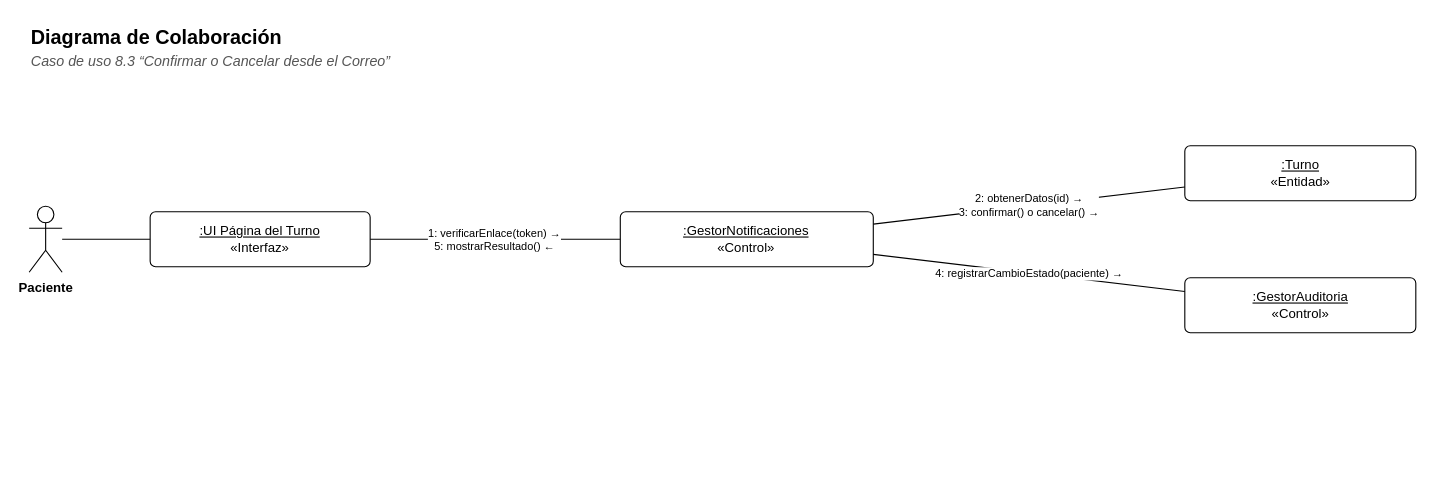
The draw.io diagram docs/diagramas/colaboracion-8-3.drawio in Matiglorioso/kineturnos, before the edit. Source tidied: cells renumbered, new cells numbered last; positions are measured from the earlier drawing's top-left corner, leaving out a move shared by most shapes. Both pictures are drawn from the tidied source at 110%, with x=0, y=0 at pixel (29, 19).
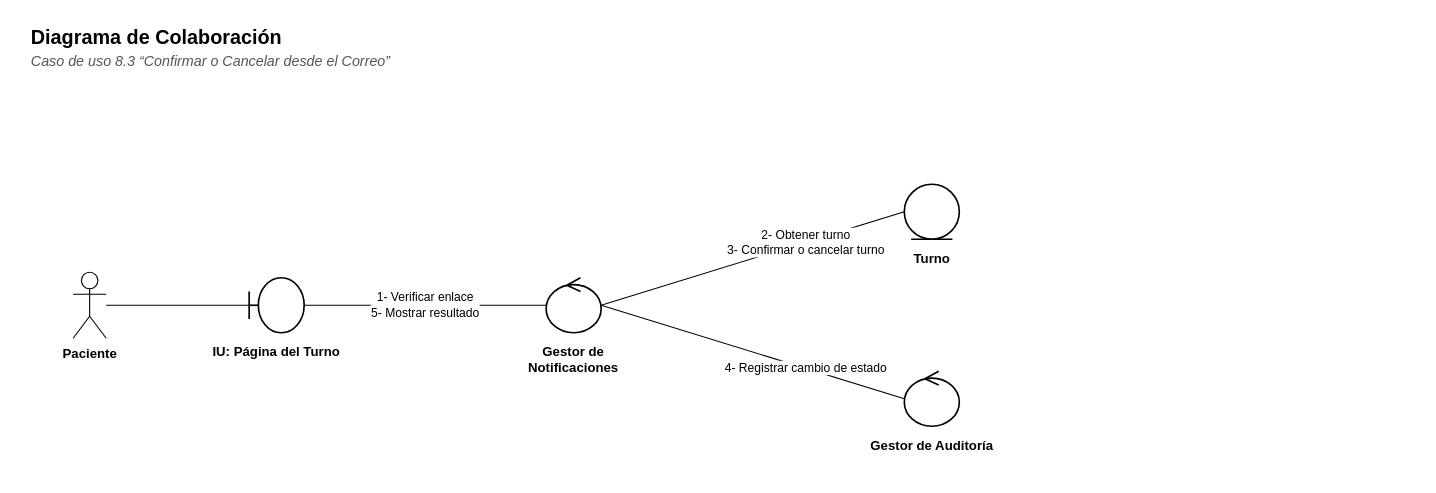
The same page after the edit.

What changed in the source:
```diff
@@
 <mxGraphModel background="#FFFFFF">
   <root>
     <mxCell id="0" />
     <mxCell id="1" parent="0" />
     <mxCell id="2" value="&lt;b&gt;Diagrama de Colaboración&lt;/b&gt;" style="text;html=1;strokeColor=none;fillColor=none;align=left;verticalAlign=top;whiteSpace=wrap;fontFamily=Helvetica;fontSize=18;" parent="1" vertex="1">
       <mxGeometry width="900" height="26" as="geometry" />
     </mxCell>
     <mxCell id="3" value="&lt;i&gt;Caso de uso 8.3 “Confirmar o Cancelar desde el Correo”&lt;/i&gt;" style="text;html=1;strokeColor=none;fillColor=none;align=left;verticalAlign=top;whiteSpace=wrap;fontFamily=Helvetica;fontSize=13;fontColor=#555555;" parent="1" vertex="1">
       <mxGeometry y="24" width="900" height="20" as="geometry" />
     </mxCell>
     <mxCell id="4" value="Paciente" style="shape=umlActor;verticalLabelPosition=bottom;verticalAlign=top;html=1;outlineConnect=0;fillColor=#FFFFFF;strokeColor=#000000;fontFamily=Helvetica;fontSize=12;fontStyle=1;" parent="1" vertex="1">
-      <mxGeometry y="170" width="30" height="60" as="geometry" />
+      <mxGeometry x="40" y="230" width="30" height="60" as="geometry" />
     </mxCell>
-    <mxCell id="5" value="&lt;u&gt;:UI Página del Turno&lt;/u&gt;&lt;br&gt;«Interfaz»" style="rounded=0;whiteSpace=wrap;html=1;fillColor=#FFFFFF;strokeColor=#000000;fontFamily=Helvetica;fontSize=12;rounded=1;arcSize=10;" parent="1" vertex="1">
-      <mxGeometry x="110" y="175" width="200" height="50" as="geometry" />
+    <mxCell id="5" style="shape=umlBoundary;html=1;fillColor=#FFFFFF;strokeColor=#000000;strokeWidth=1.5;" parent="1" vertex="1">
+      <mxGeometry x="200" y="235" width="50" height="50" as="geometry" />
     </mxCell>
-    <mxCell id="6" value="&lt;u&gt;:GestorNotificaciones&lt;/u&gt;&lt;br&gt;«Control»" style="rounded=0;whiteSpace=wrap;html=1;fillColor=#FFFFFF;strokeColor=#000000;fontFamily=Helvetica;fontSize=12;rounded=1;arcSize=10;" parent="1" vertex="1">
-      <mxGeometry x="537.4" y="175" width="230" height="50" as="geometry" />
+    <mxCell id="6" value="&lt;b&gt;IU: Página del Turno&lt;/b&gt;" style="text;html=1;strokeColor=none;fillColor=none;align=left;verticalAlign=top;whiteSpace=wrap;fontFamily=Helvetica;align=center;fontSize=12;" parent="1" vertex="1">
+      <mxGeometry x="160" y="289" width="130" height="40" as="geometry" />
     </mxCell>
-    <mxCell id="7" value="&lt;u&gt;:Turno&lt;/u&gt;&lt;br&gt;«Entidad»" style="rounded=0;whiteSpace=wrap;html=1;fillColor=#FFFFFF;strokeColor=#000000;fontFamily=Helvetica;fontSize=12;rounded=1;arcSize=10;" parent="1" vertex="1">
-      <mxGeometry x="1050.6" y="115" width="210" height="50" as="geometry" />
+    <mxCell id="7" style="shape=umlControl;html=1;fillColor=#FFFFFF;strokeColor=#000000;strokeWidth=1.5;" parent="1" vertex="1">
+      <mxGeometry x="470" y="235" width="50" height="50" as="geometry" />
     </mxCell>
-    <mxCell id="8" value="&lt;u&gt;:GestorAuditoria&lt;/u&gt;&lt;br&gt;«Control»" style="rounded=0;whiteSpace=wrap;html=1;fillColor=#FFFFFF;strokeColor=#000000;fontFamily=Helvetica;fontSize=12;rounded=1;arcSize=10;" parent="1" vertex="1">
-      <mxGeometry x="1050.6" y="235" width="210" height="50" as="geometry" />
+    <mxCell id="8" value="&lt;b&gt;Gestor de Notificaciones&lt;/b&gt;" style="text;html=1;strokeColor=none;fillColor=none;align=left;verticalAlign=top;whiteSpace=wrap;fontFamily=Helvetica;align=center;fontSize=12;" parent="1" vertex="1">
+      <mxGeometry x="430" y="289" width="130" height="40" as="geometry" />
     </mxCell>
-    <mxCell id="9" style="edgeStyle=none;html=1;endArrow=none;endFill=0;strokeColor=#000000;fontFamily=Helvetica;fontSize=11;labelBackgroundColor=#FFFFFF;" parent="1" edge="1" source="4" target="5">
-      <mxGeometry relative="1" as="geometry" />
+    <mxCell id="9" style="shape=umlEntity;html=1;fillColor=#FFFFFF;strokeColor=#000000;strokeWidth=1.5;" parent="1" vertex="1">
+      <mxGeometry x="795.6" y="150" width="50" height="50" as="geometry" />
     </mxCell>
-    <mxCell id="10" value="1: verificarEnlace(token) →&lt;br&gt;5: mostrarResultado() ←" style="edgeStyle=none;html=1;endArrow=none;endFill=0;strokeColor=#000000;fontFamily=Helvetica;fontSize=11;labelBackgroundColor=#FFFFFF;fontSize=10;" parent="1" edge="1" source="6" target="5">
-      <mxGeometry relative="1" as="geometry" />
+    <mxCell id="10" value="&lt;b&gt;Turno&lt;/b&gt;" style="text;html=1;strokeColor=none;fillColor=none;align=left;verticalAlign=top;whiteSpace=wrap;fontFamily=Helvetica;align=center;fontSize=12;" parent="1" vertex="1">
+      <mxGeometry x="755.6" y="204" width="130" height="40" as="geometry" />
     </mxCell>
-    <mxCell id="11" value="2: obtenerDatos(id) →&lt;br&gt;3: confirmar() o cancelar() →" style="edgeStyle=none;html=1;endArrow=none;endFill=0;strokeColor=#000000;fontFamily=Helvetica;fontSize=11;labelBackgroundColor=#FFFFFF;fontSize=10;" parent="1" edge="1" source="7" target="6">
-      <mxGeometry relative="1" as="geometry" />
+    <mxCell id="11" style="shape=umlControl;html=1;fillColor=#FFFFFF;strokeColor=#000000;strokeWidth=1.5;" parent="1" vertex="1">
+      <mxGeometry x="795.6" y="320" width="50" height="50" as="geometry" />
     </mxCell>
-    <mxCell id="12" value="4: registrarCambioEstado(paciente) →" style="edgeStyle=none;html=1;endArrow=none;endFill=0;strokeColor=#000000;fontFamily=Helvetica;fontSize=11;labelBackgroundColor=#FFFFFF;fontSize=10;" parent="1" edge="1" source="8" target="6">
-      <mxGeometry relative="1" as="geometry" />
+    <mxCell id="12" value="&lt;b&gt;Gestor de Auditoría&lt;/b&gt;" style="text;html=1;strokeColor=none;fillColor=none;align=left;verticalAlign=top;whiteSpace=wrap;fontFamily=Helvetica;align=center;fontSize=12;" parent="1" vertex="1">
+      <mxGeometry x="755.6" y="374" width="130" height="40" as="geometry" />
     </mxCell>
+    <mxCell id="13" style="edgeStyle=none;html=1;endArrow=none;endFill=0;strokeColor=#000000;fontFamily=Helvetica;fontSize=11;labelBackgroundColor=#FFFFFF;" parent="1" edge="1" source="4" target="5">
+      <mxGeometry relative="1" as="geometry" />
+    </mxCell>
+    <mxCell id="14" value="1- Verificar enlace&lt;br&gt;5- Mostrar resultado" style="edgeStyle=none;html=1;endArrow=none;endFill=0;strokeColor=#000000;fontFamily=Helvetica;fontSize=11;labelBackgroundColor=#FFFFFF;fontSize=11;exitX=1;exitY=0.5;exitDx=0;exitDy=0;entryX=0;entryY=0.5;entryDx=0;entryDy=0;" parent="1" edge="1" source="5" target="7">
+      <mxGeometry relative="1" as="geometry" />
+    </mxCell>
+    <mxCell id="15" value="2- Obtener turno&lt;br&gt;3- Confirmar o cancelar turno" style="edgeStyle=none;html=1;endArrow=none;endFill=0;strokeColor=#000000;fontFamily=Helvetica;fontSize=11;labelBackgroundColor=#FFFFFF;fontSize=11;exitX=1;exitY=0.5;exitDx=0;exitDy=0;entryX=0;entryY=0.5;entryDx=0;entryDy=0;" parent="1" edge="1" source="7" target="9">
+      <mxGeometry x="0.35" relative="1" as="geometry" />
+    </mxCell>
+    <mxCell id="16" value="4- Registrar cambio de estado" style="edgeStyle=none;html=1;endArrow=none;endFill=0;strokeColor=#000000;fontFamily=Helvetica;fontSize=11;labelBackgroundColor=#FFFFFF;fontSize=11;exitX=1;exitY=0.5;exitDx=0;exitDy=0;entryX=0;entryY=0.5;entryDx=0;entryDy=0;" parent="1" edge="1" source="7" target="11">
+      <mxGeometry x="0.35" relative="1" as="geometry" />
+    </mxCell>
   </root>
 </mxGraphModel>
```
